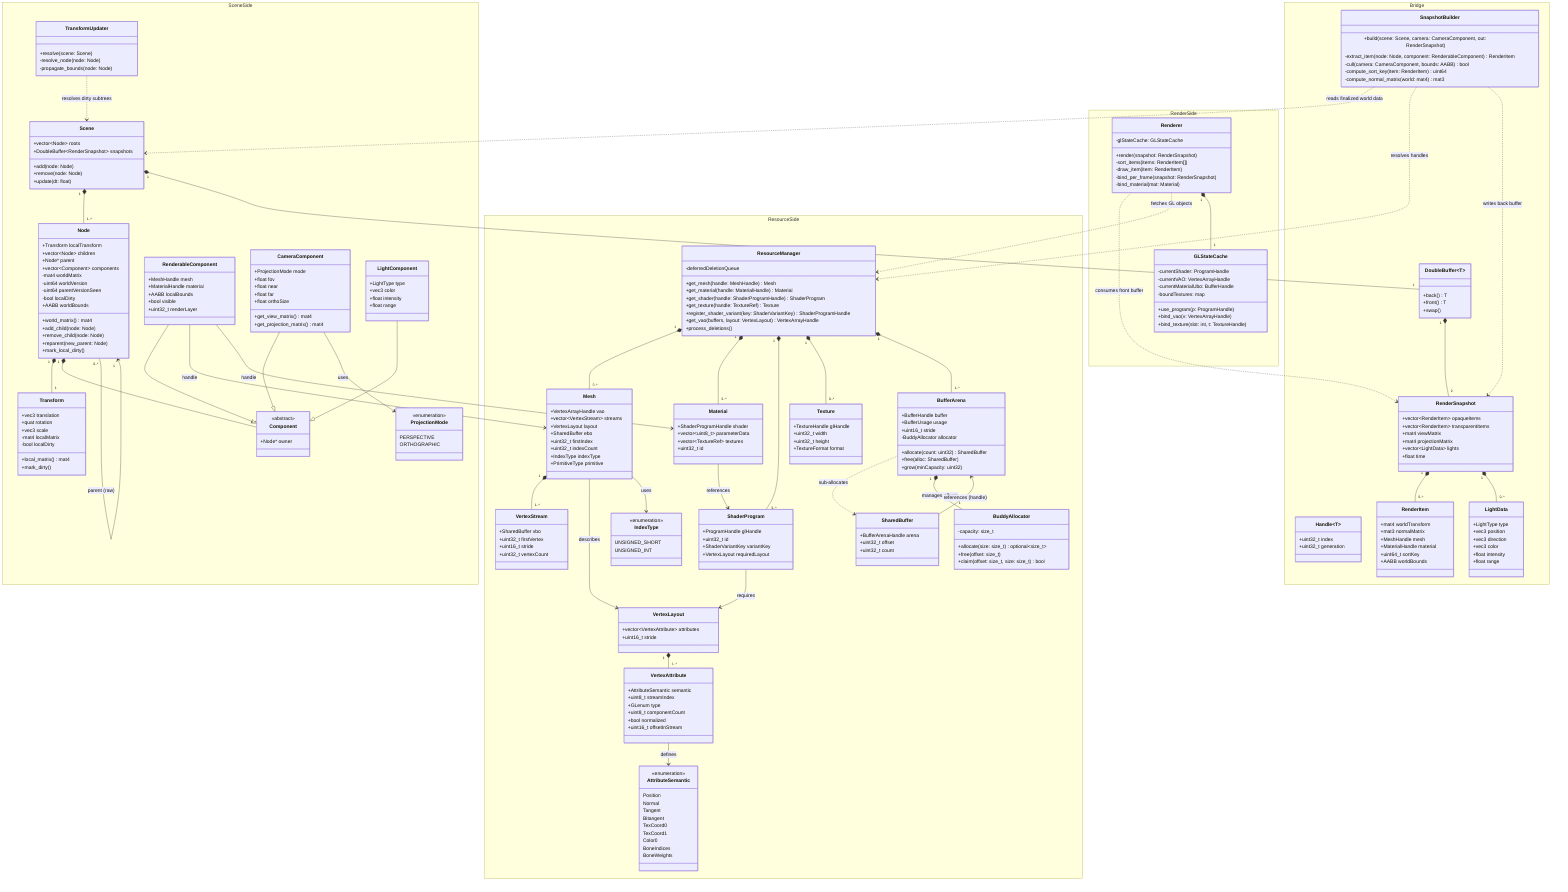
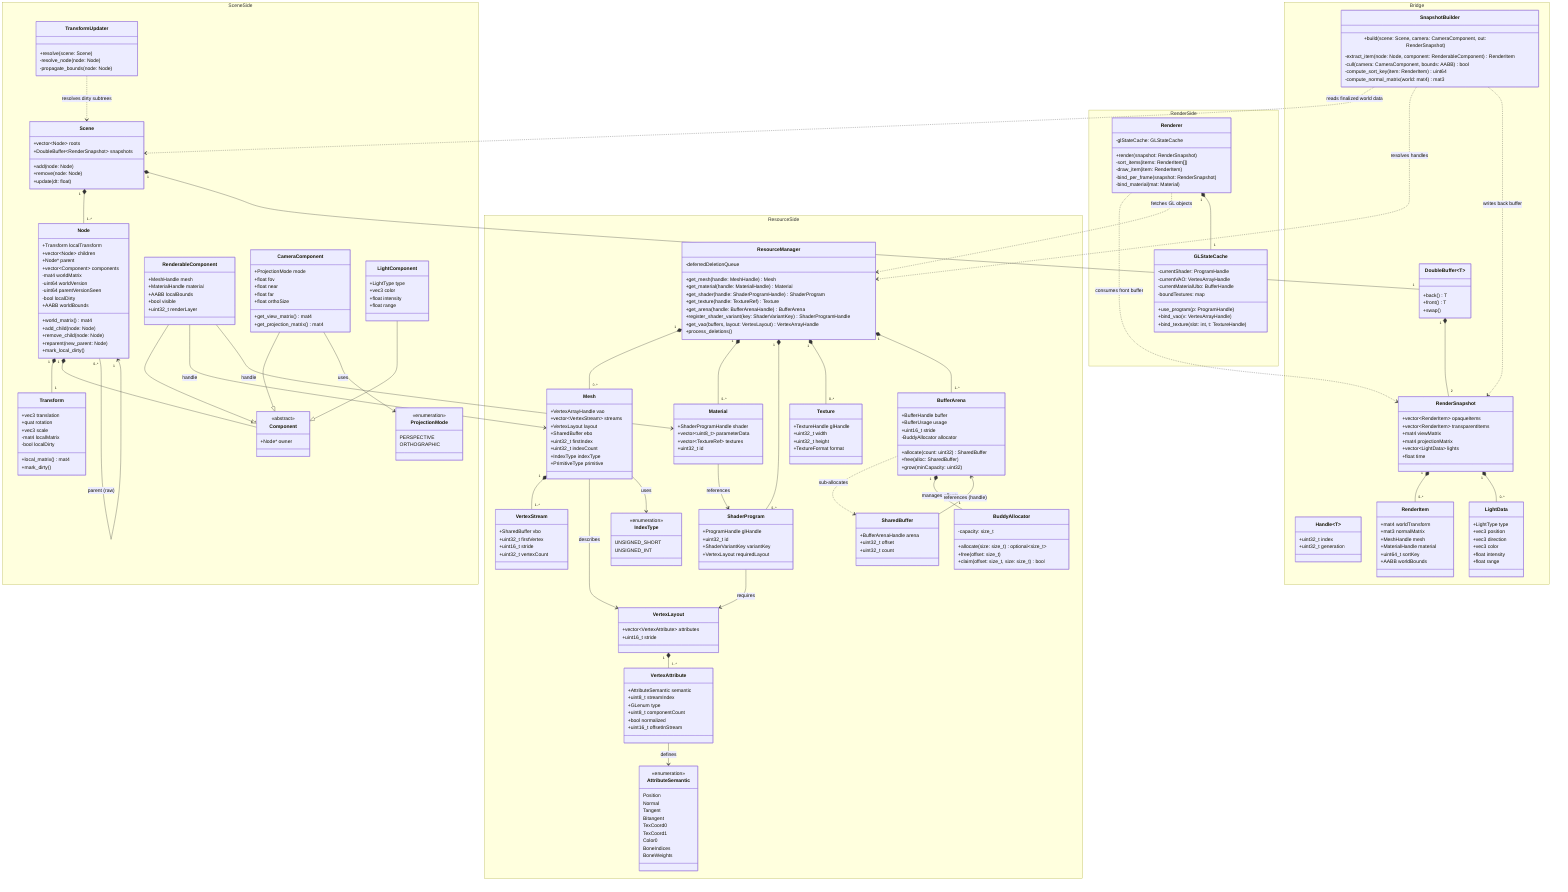
classDiagram
    namespace SceneSide {
        class Scene {
            +vector~Node~ roots
            +DoubleBuffer~RenderSnapshot~ snapshots
            +add(node: Node)
            +remove(node: Node)
            +update(dt: float)
        }

        class Node {
            +Transform localTransform
            +vector~Node~ children
            +Node* parent
            +vector~Component~ components
            -mat4 worldMatrix
            -uint64 worldVersion
            -uint64 parentVersionSeen
            -bool localDirty
            +AABB worldBounds
            +world_matrix() mat4
            +add_child(node: Node)
            +remove_child(node: Node)
            +reparent(new_parent: Node)
            +mark_local_dirty()
        }

        class Transform {
            +vec3 translation
            +quat rotation
            +vec3 scale
            -mat4 localMatrix
            -bool localDirty
            +local_matrix() mat4
            +mark_dirty()
        }

        class Component {
            <<abstract>>
            +Node* owner
        }

        class RenderableComponent {
            +MeshHandle mesh
            +MaterialHandle material
            +AABB localBounds
            +bool visible
            +uint32_t renderLayer
        }

        class CameraComponent {
            +ProjectionMode mode
            +float fov
            +float near
            +float far
            +float orthoSize
            +get_view_matrix() mat4
            +get_projection_matrix() mat4
        }

        class ProjectionMode {
            <<enumeration>>
            PERSPECTIVE
            ORTHOGRAPHIC
        }

        class LightComponent {
            +LightType type
            +vec3 color
            +float intensity
            +float range
        }

        class TransformUpdater {
            +resolve(scene: Scene)
            -resolve_node(node: Node)
            -propagate_bounds(node: Node)
        }
    }

    namespace Bridge {
        class Handle~T~ {
            +uint32_t index
            +uint32_t generation
        }

        class SnapshotBuilder {
            +build(scene: Scene, camera: CameraComponent, out: RenderSnapshot)
            -extract_item(node: Node, component: RenderableComponent) RenderItem
            -cull(camera: CameraComponent, bounds: AABB) bool
            -compute_sort_key(item: RenderItem) uint64
            -compute_normal_matrix(world: mat4) mat3
        }

        class DoubleBuffer~T~ {
            +back() T
            +front() T
            +swap()
        }

        class RenderSnapshot {
            +vector~RenderItem~ opaqueItems
            +vector~RenderItem~ transparentItems
            +mat4 viewMatrix
            +mat4 projectionMatrix
            +vector~LightData~ lights
            +float time
        }

        class RenderItem {
            +mat4 worldTransform
            +mat3 normalMatrix
            +MeshHandle mesh
            +MaterialHandle material
            +uint64_t sortKey
            +AABB worldBounds
        }

        class LightData {
            +LightType type
            +vec3 position
            +vec3 direction
            +vec3 color
            +float intensity
            +float range
        }
    }

    namespace ResourceSide {
        class ResourceManager {
            +get_mesh(handle: MeshHandle) Mesh
            +get_material(handle: MaterialHandle) Material
            +get_shader(handle: ShaderProgramHandle) ShaderProgram
            +get_texture(handle: TextureRef) Texture
+             +get_arena(handle: BufferArenaHandle) BufferArena
            +register_shader_variant(key: ShaderVariantKey) ShaderProgramHandle
            +get_vao(buffers, layout: VertexLayout) VertexArrayHandle
            -deferredDeletionQueue
            +process_deletions()
        }

        class AttributeSemantic {
            <<enumeration>>
            Position
            Normal
            Tangent
            Bitangent
            TexCoord0
            TexCoord1
            Color0
            BoneIndices
            BoneWeights
        }

        class VertexAttribute {
            +AttributeSemantic semantic
            +uint8_t streamIndex
            +GLenum type
            +uint8_t componentCount
            +bool normalized
            +uint16_t offsetInStream
        }

        class VertexLayout {
            +vector~VertexAttribute~ attributes
            +uint16_t stride
        }

        class VertexStream {
            +SharedBuffer vbo
            +uint32_t firstVertex
            +uint16_t stride
            +uint32_t vertexCount
        }

        class IndexType {
            <<enumeration>>
            UNSIGNED_SHORT
            UNSIGNED_INT
        }

        class Mesh {
            +VertexArrayHandle vao
            +vector~VertexStream~ streams
            +VertexLayout layout
            +SharedBuffer ebo
            +uint32_t firstIndex
            +uint32_t indexCount
            +IndexType indexType
            +PrimitiveType primitive
        }

        class SharedBuffer {
            +BufferArenaHandle arena
            +uint32_t offset
            +uint32_t count
        }

        class BufferArena {
            +BufferHandle buffer
            +BufferUsage usage
            +uint16_t stride
            -BuddyAllocator allocator
            +allocate(count: uint32) SharedBuffer
            +free(alloc: SharedBuffer)
            +grow(minCapacity: uint32)
        }

        class BuddyAllocator {
            -capacity: size_t
            +allocate(size: size_t) optional~size_t~
            +free(offset: size_t)
            +claim(offset: size_t, size: size_t) bool
        }

        class Material {
            +ShaderProgramHandle shader
            +vector~uint8_t~ parameterData
            +vector~TextureRef~ textures
            +uint32_t id
        }

        class ShaderProgram {
            +ProgramHandle glHandle
            +uint32_t id
            +ShaderVariantKey variantKey
            +VertexLayout requiredLayout
        }

        class Texture {
            +TextureHandle glHandle
            +uint32_t width
            +uint32_t height
            +TextureFormat format
        }
    }

    namespace RenderSide {
        class Renderer {
            +render(snapshot: RenderSnapshot)
            -sort_items(items: RenderItem[])
            -draw_item(item: RenderItem)
            -bind_per_frame(snapshot: RenderSnapshot)
            -bind_material(mat: Material)
            -glStateCache: GLStateCache
        }

        class GLStateCache {
            -currentShader: ProgramHandle
            -currentVAO: VertexArrayHandle
            -currentMaterialUbo: BufferHandle
            -boundTextures: map
            +use_program(p: ProgramHandle)
            +bind_vao(v: VertexArrayHandle)
            +bind_texture(slot: int, t: TextureHandle)
        }
    }

    Scene "1" *-- "1..*" Node
    Scene "1" *-- "1" DoubleBuffer
    Node "1" *-- "1" Transform
    Node "1" *-- "0..*" Component
    Node "1" *-- "0..*" Node : children
    Node "0..*" --> "1" Node : parent (raw)
    RenderableComponent --|> Component
    CameraComponent --|> Component
    LightComponent --|> Component
    CameraComponent --> ProjectionMode : uses

    TransformUpdater ..> Scene : resolves dirty subtrees
    SnapshotBuilder ..> Scene : reads finalized world data
    SnapshotBuilder ..> ResourceManager : resolves handles
    SnapshotBuilder ..> RenderSnapshot : writes back buffer

    DoubleBuffer "1" *-- "2" RenderSnapshot
    RenderSnapshot "1" *-- "0..*" RenderItem
    RenderSnapshot "1" *-- "0..*" LightData

    Renderer ..> RenderSnapshot : consumes front buffer
    Renderer ..> ResourceManager : fetches GL objects
    Renderer "1" *-- "1" GLStateCache

    ResourceManager "1" *-- "0..*" Mesh
    ResourceManager "1" *-- "0..*" Material
    ResourceManager "1" *-- "0..*" ShaderProgram
    ResourceManager "1" *-- "0..*" Texture
    ResourceManager "1" *-- "1..*" BufferArena

    BufferArena ..> SharedBuffer : sub-allocates
    BufferArena "1" *-- "1" BuddyAllocator : manages offsets
    SharedBuffer --> BufferArena : references (handle)
    Mesh "1" *-- "1..*" VertexStream
    Mesh --> VertexLayout : describes
    Mesh --> IndexType : uses
    VertexLayout "1" *-- "1..*" VertexAttribute
    VertexAttribute --> AttributeSemantic : defines

    Material --> ShaderProgram : references
    ShaderProgram --> VertexLayout : requires
    RenderableComponent --> Mesh : handle
    RenderableComponent --> Material : handle